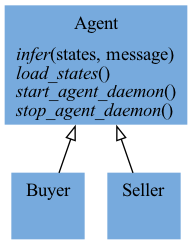
Before: docs/img/classes_apiary.png, a diagram exported from Graphviz (CoopHive/Apiary). Its source is kept beside it as docs/img/classes_apiary.dot.
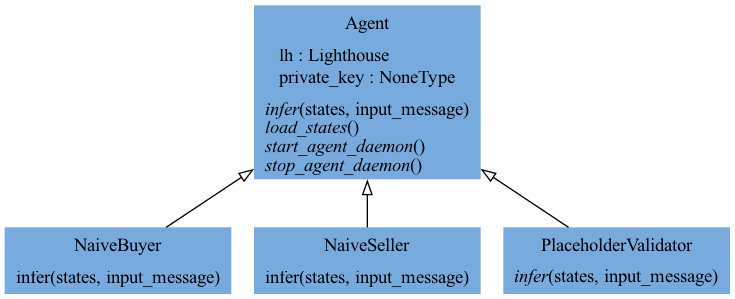
Later version of the same file.

Change to the diagram source:
```diff
@@ -1,9 +1,11 @@
 digraph "classes_apiary" {
 rankdir=BT
 charset="utf-8"
-"apiary.agent.Agent" [color="#77AADD", fontcolor="black", label=<{Agent|<br ALIGN="LEFT"/>|<I>infer</I>(states, message)<br ALIGN="LEFT"/><I>load_states</I>()<br ALIGN="LEFT"/><I>start_agent_daemon</I>()<br ALIGN="LEFT"/><I>stop_agent_daemon</I>()<br ALIGN="LEFT"/>}>, shape="record", style="filled"];
-"apiary.buyer.Buyer" [color="#77AADD", fontcolor="black", label=<{Buyer|<br ALIGN="LEFT"/>|}>, shape="record", style="filled"];
-"apiary.seller.Seller" [color="#77AADD", fontcolor="black", label=<{Seller|<br ALIGN="LEFT"/>|}>, shape="record", style="filled"];
-"apiary.buyer.Buyer" -> "apiary.agent.Agent" [arrowhead="empty", arrowtail="none"];
-"apiary.seller.Seller" -> "apiary.agent.Agent" [arrowhead="empty", arrowtail="none"];
+"apiary.base_agent.Agent" [color="#77AADD", fontcolor="black", label=<{Agent|lh : Lighthouse<br ALIGN="LEFT"/>private_key : NoneType<br ALIGN="LEFT"/>|<I>infer</I>(states, input_message)<br ALIGN="LEFT"/><I>load_states</I>()<br ALIGN="LEFT"/><I>start_agent_daemon</I>()<br ALIGN="LEFT"/><I>stop_agent_daemon</I>()<br ALIGN="LEFT"/>}>, shape="record", style="filled"];
+"apiary.buyer.NaiveBuyer" [color="#77AADD", fontcolor="black", label=<{NaiveBuyer|<br ALIGN="LEFT"/>|infer(states, input_message)<br ALIGN="LEFT"/>}>, shape="record", style="filled"];
+"apiary.seller.NaiveSeller" [color="#77AADD", fontcolor="black", label=<{NaiveSeller|<br ALIGN="LEFT"/>|infer(states, input_message)<br ALIGN="LEFT"/>}>, shape="record", style="filled"];
+"apiary.validator.PlaceholderValidator" [color="#77AADD", fontcolor="black", label=<{PlaceholderValidator|<br ALIGN="LEFT"/>|<I>infer</I>(states, input_message)<br ALIGN="LEFT"/>}>, shape="record", style="filled"];
+"apiary.buyer.NaiveBuyer" -> "apiary.base_agent.Agent" [arrowhead="empty", arrowtail="none"];
+"apiary.seller.NaiveSeller" -> "apiary.base_agent.Agent" [arrowhead="empty", arrowtail="none"];
+"apiary.validator.PlaceholderValidator" -> "apiary.base_agent.Agent" [arrowhead="empty", arrowtail="none"];
 }
```
